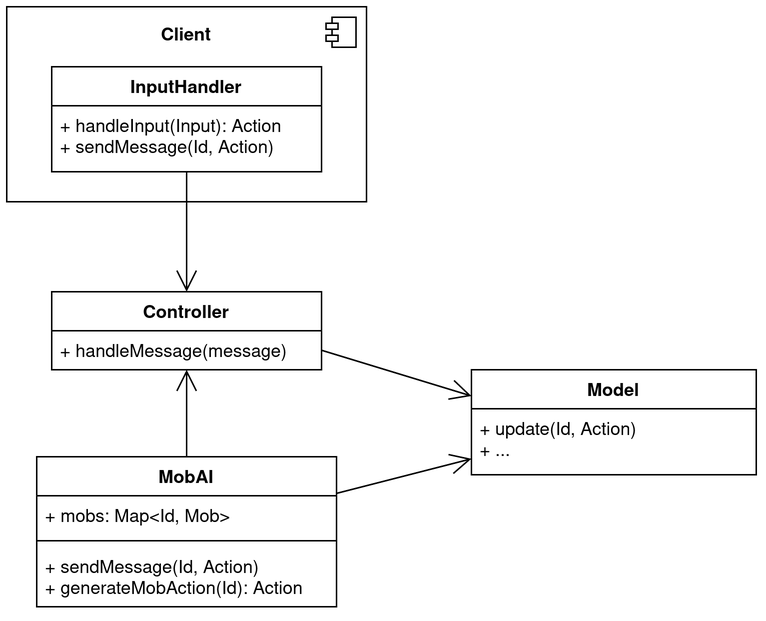
Earlier version of the draw.io export docs/classes_controller.png (ekiuled/roguelike). Source tidied: cells renumbered, new cells last; positions are measured from the earlier drawing's top-left corner, leaving out a move shared by most shapes.
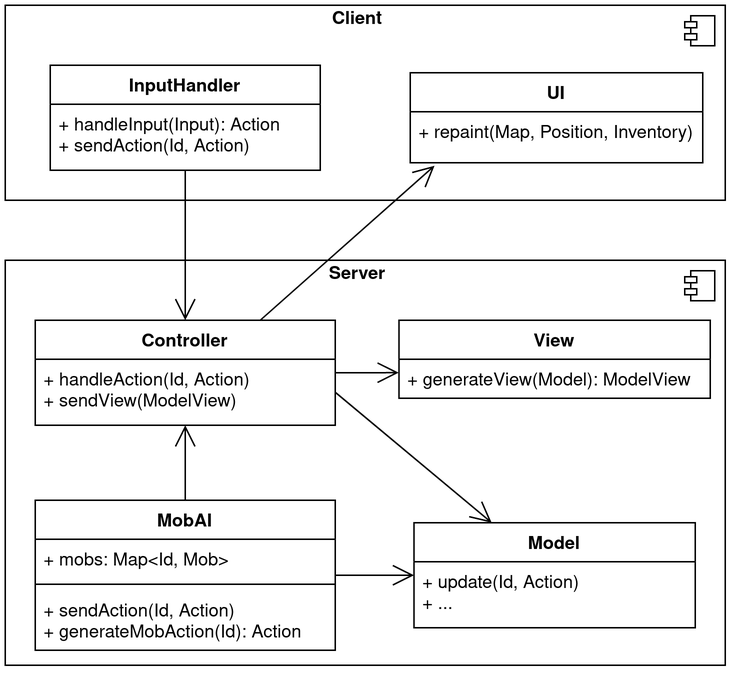
Above is the later version.

Diff of the diagram source:
```diff
@@ -2,14 +2,42 @@
   <root>
     <mxCell id="0" />
     <mxCell id="1" parent="0" />
+    <mxCell id="19" style="html=1;align=left;" parent="1" vertex="1">
+      <mxGeometry y="170" width="480" height="270" as="geometry" />
+    </mxCell>
+    <mxCell id="20" style="shape=module;jettyWidth=8;jettyHeight=4;" parent="19" vertex="1">
+      <mxGeometry x="1" width="20" height="20" relative="1" as="geometry">
+        <mxPoint x="-27" y="7" as="offset" />
+      </mxGeometry>
+    </mxCell>
+    <mxCell id="21" style="group;" parent="1" vertex="1">
+      <mxGeometry width="480" height="130" as="geometry" />
+    </mxCell>
+    <mxCell id="13" style="html=1;align=left;" parent="21" vertex="1">
+      <mxGeometry width="480" height="130" as="geometry" />
+    </mxCell>
+    <mxCell id="14" style="shape=module;jettyWidth=8;jettyHeight=4;" parent="13" vertex="1">
+      <mxGeometry x="1" width="20" height="20" relative="1" as="geometry">
+        <mxPoint x="-27" y="7" as="offset" />
+      </mxGeometry>
+    </mxCell>
+    <mxCell id="15" value="&lt;b&gt;Client&lt;/b&gt;" style="text;html=1;strokeColor=none;fillColor=none;align=center;verticalAlign=middle;whiteSpace=wrap;rounded=0;" parent="21" vertex="1">
+      <mxGeometry x="215" width="40" height="20" as="geometry" />
+    </mxCell>
+    <mxCell id="22" value="UI" style="swimlane;fontStyle=1;align=center;verticalAlign=top;horizontal=1;startSize=26;" parent="21" vertex="1">
+      <mxGeometry x="270" y="45" width="195" height="60" as="geometry" />
+    </mxCell>
+    <mxCell id="23" value="+ repaint(Map, Position, Inventory)" style="text;strokeColor=none;fillColor=none;align=left;verticalAlign=top;spacingLeft=4;spacingRight=4;overflow=hidden;points=[[0,0.5],[1,0.5]];portConstraint=eastwest;" parent="22" vertex="1">
+      <mxGeometry y="26" width="195" height="34" as="geometry" />
+    </mxCell>
     <mxCell id="2" value="Controller" style="swimlane;fontStyle=1;align=center;verticalAlign=top;horizontal=1;startSize=26;" parent="1" vertex="1">
-      <mxGeometry x="30" y="190" width="180" height="52" as="geometry" />
+      <mxGeometry x="20" y="210" width="200" height="70" as="geometry" />
     </mxCell>
-    <mxCell id="3" value="+ handleMessage(message)" style="text;strokeColor=none;fillColor=none;align=left;verticalAlign=top;spacingLeft=4;spacingRight=4;overflow=hidden;points=[[0,0.5],[1,0.5]];portConstraint=eastwest;" parent="2" vertex="1">
-      <mxGeometry y="26" width="180" height="26" as="geometry" />
+    <mxCell id="3" value="+ handleAction(Id, Action)&#10;+ sendView(ModelView)&#10;" style="text;strokeColor=none;fillColor=none;align=left;verticalAlign=top;spacingLeft=4;spacingRight=4;overflow=hidden;points=[[0,0.5],[1,0.5]];portConstraint=eastwest;" parent="2" vertex="1">
+      <mxGeometry y="26" width="200" height="44" as="geometry" />
     </mxCell>
     <mxCell id="4" value="MobAI" style="swimlane;fontStyle=1;align=center;verticalAlign=top;horizontal=1;startSize=26;" parent="1" vertex="1">
-      <mxGeometry x="20" y="300" width="200" height="100" as="geometry" />
+      <mxGeometry x="20" y="330" width="200" height="100" as="geometry" />
     </mxCell>
     <mxCell id="5" value="+ mobs: Map&lt;Id, Mob&gt;" style="text;strokeColor=none;fillColor=none;align=left;verticalAlign=top;spacingLeft=4;spacingRight=4;overflow=hidden;" parent="4" vertex="1">
       <mxGeometry y="26" width="200" height="26" as="geometry" />
@@ -17,43 +45,47 @@
     <mxCell id="6" style="line;strokeWidth=1;fillColor=none;align=left;verticalAlign=middle;spacingTop=-1;spacingLeft=3;spacingRight=3;labelPosition=right;" parent="4" vertex="1">
       <mxGeometry y="52" width="200" height="8" as="geometry" />
     </mxCell>
-    <mxCell id="7" value="+ sendMessage(Id, Action)&#10;+ generateMobAction(Id): Action" style="text;strokeColor=none;fillColor=none;align=left;verticalAlign=top;spacingLeft=4;spacingRight=4;overflow=hidden;" parent="4" vertex="1">
+    <mxCell id="7" value="+ sendAction(Id, Action)&#10;+ generateMobAction(Id): Action" style="text;strokeColor=none;fillColor=none;align=left;verticalAlign=top;spacingLeft=4;spacingRight=4;overflow=hidden;" parent="4" vertex="1">
       <mxGeometry y="60" width="200" height="40" as="geometry" />
     </mxCell>
     <mxCell id="8" style="endArrow=open;endFill=1;endSize=12;html=1;exitX=0.5;exitY=0;exitDx=0;exitDy=0;" parent="1" edge="1" source="4" target="3">
       <mxGeometry relative="1" as="geometry" />
     </mxCell>
     <mxCell id="9" value="Model" style="swimlane;fontStyle=1;align=center;verticalAlign=top;horizontal=1;startSize=26;" parent="1" vertex="1">
-      <mxGeometry x="310" y="242" width="190" height="70" as="geometry" />
+      <mxGeometry x="272.5" y="345" width="187.5" height="70" as="geometry" />
     </mxCell>
     <mxCell id="10" value="+ update(Id, Action)&#10;+ ...&#10;" style="text;strokeColor=none;fillColor=none;align=left;verticalAlign=top;spacingLeft=4;spacingRight=4;overflow=hidden;" parent="9" vertex="1">
-      <mxGeometry y="26" width="190" height="44" as="geometry" />
+      <mxGeometry y="26" width="187.5" height="44" as="geometry" />
     </mxCell>
-    <mxCell id="11" style="endArrow=open;endFill=1;endSize=12;html=1;exitX=1;exitY=0.5;exitDx=0;exitDy=0;entryX=0;entryY=0.25;entryDx=0;entryDy=0;" parent="1" edge="1" source="3" target="9">
+    <mxCell id="11" style="endArrow=open;endFill=1;endSize=12;html=1;exitX=1;exitY=0.5;exitDx=0;exitDy=0;" parent="1" edge="1" source="3" target="9">
       <mxGeometry relative="1" as="geometry" />
     </mxCell>
     <mxCell id="12" style="endArrow=open;endFill=1;endSize=12;html=1;" parent="1" edge="1" source="4" target="9">
       <mxGeometry relative="1" as="geometry" />
     </mxCell>
-    <mxCell id="13" style="html=1;align=left;" parent="1" vertex="1">
-      <mxGeometry width="240" height="130" as="geometry" />
-    </mxCell>
-    <mxCell id="14" style="shape=module;jettyWidth=8;jettyHeight=4;" parent="13" vertex="1">
-      <mxGeometry x="1" width="20" height="20" relative="1" as="geometry">
-        <mxPoint x="-27" y="7" as="offset" />
-      </mxGeometry>
-    </mxCell>
-    <mxCell id="15" value="&lt;b&gt;Client&lt;/b&gt;" style="text;html=1;strokeColor=none;fillColor=none;align=center;verticalAlign=middle;whiteSpace=wrap;rounded=0;" parent="1" vertex="1">
-      <mxGeometry x="100" y="10" width="40" height="20" as="geometry" />
-    </mxCell>
     <mxCell id="16" value="InputHandler" style="swimlane;fontStyle=1;align=center;verticalAlign=top;horizontal=1;startSize=26;" parent="1" vertex="1">
       <mxGeometry x="30" y="40" width="180" height="70" as="geometry" />
     </mxCell>
-    <mxCell id="17" value="+ handleInput(Input): Action&#10;+ sendMessage(Id, Action)" style="text;strokeColor=none;fillColor=none;align=left;verticalAlign=top;spacingLeft=4;spacingRight=4;overflow=hidden;points=[[0,0.5],[1,0.5]];portConstraint=eastwest;" parent="16" vertex="1">
+    <mxCell id="17" value="+ handleInput(Input): Action&#10;+ sendAction(Id, Action)" style="text;strokeColor=none;fillColor=none;align=left;verticalAlign=top;spacingLeft=4;spacingRight=4;overflow=hidden;points=[[0,0.5],[1,0.5]];portConstraint=eastwest;" parent="16" vertex="1">
       <mxGeometry y="26" width="180" height="44" as="geometry" />
     </mxCell>
     <mxCell id="18" style="endArrow=open;endFill=1;endSize=12;html=1;entryX=0.5;entryY=0;entryDx=0;entryDy=0;exitX=0.5;exitY=1;exitDx=0;exitDy=0;exitPerimeter=0;" parent="1" edge="1" source="17" target="2">
       <mxGeometry relative="1" as="geometry" />
     </mxCell>
+    <mxCell id="24" value="&lt;b&gt;Server&lt;/b&gt;" style="text;html=1;strokeColor=none;fillColor=none;align=center;verticalAlign=middle;whiteSpace=wrap;rounded=0;" parent="1" vertex="1">
+      <mxGeometry x="215" y="170" width="40" height="20" as="geometry" />
+    </mxCell>
+    <mxCell id="25" value="View" style="swimlane;fontStyle=1;align=center;verticalAlign=top;horizontal=1;startSize=26;" parent="1" vertex="1">
+      <mxGeometry x="262.5" y="210" width="207.5" height="52" as="geometry" />
+    </mxCell>
+    <mxCell id="26" value="+ generateView(Model): ModelView" style="text;strokeColor=none;fillColor=none;align=left;verticalAlign=top;spacingLeft=4;spacingRight=4;overflow=hidden;points=[[0,0.5],[1,0.5]];portConstraint=eastwest;" parent="25" vertex="1">
+      <mxGeometry y="26" width="207.5" height="26" as="geometry" />
+    </mxCell>
+    <mxCell id="27" style="endArrow=open;endFill=1;endSize=12;html=1;exitX=1;exitY=0.5;exitDx=0;exitDy=0;entryX=-0.001;entryY=0.344;entryDx=0;entryDy=0;entryPerimeter=0;" parent="1" edge="1" source="2" target="26">
+      <mxGeometry relative="1" as="geometry" />
+    </mxCell>
+    <mxCell id="28" style="endArrow=open;endFill=1;endSize=12;html=1;exitX=0.75;exitY=0;exitDx=0;exitDy=0;entryX=0.083;entryY=1.059;entryDx=0;entryDy=0;entryPerimeter=0;" parent="1" edge="1" source="2" target="23">
+      <mxGeometry relative="1" as="geometry" />
+    </mxCell>
   </root>
 </mxGraphModel>
```
